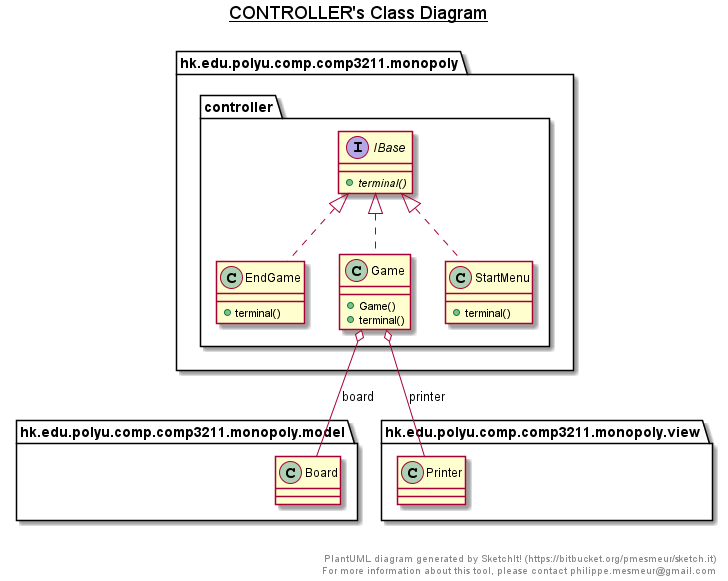
Above: res/plantuml/png/controller.png in Moenupa/Monopoly (PlantUML), before the change.
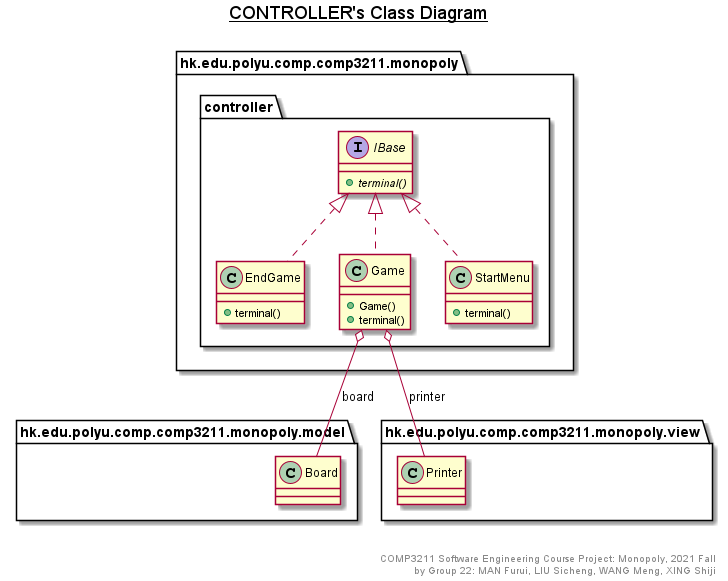
The same file after the commit.

Change to the diagram source:
```diff
@@ -49,8 +49,8 @@
 right footer
 
 
-PlantUML diagram generated by SketchIt! (https://bitbucket.org/pmesmeur/sketch.it)
-For more information about this tool, please contact philippe.mesmeur@gmail.com
+COMP3211 Software Engineering Course Project: Monopoly, 2021 Fall
+by Group 22: MAN Furui, LIU Sicheng, WANG Meng, XING Shiji
 endfooter
 
 @enduml
```
